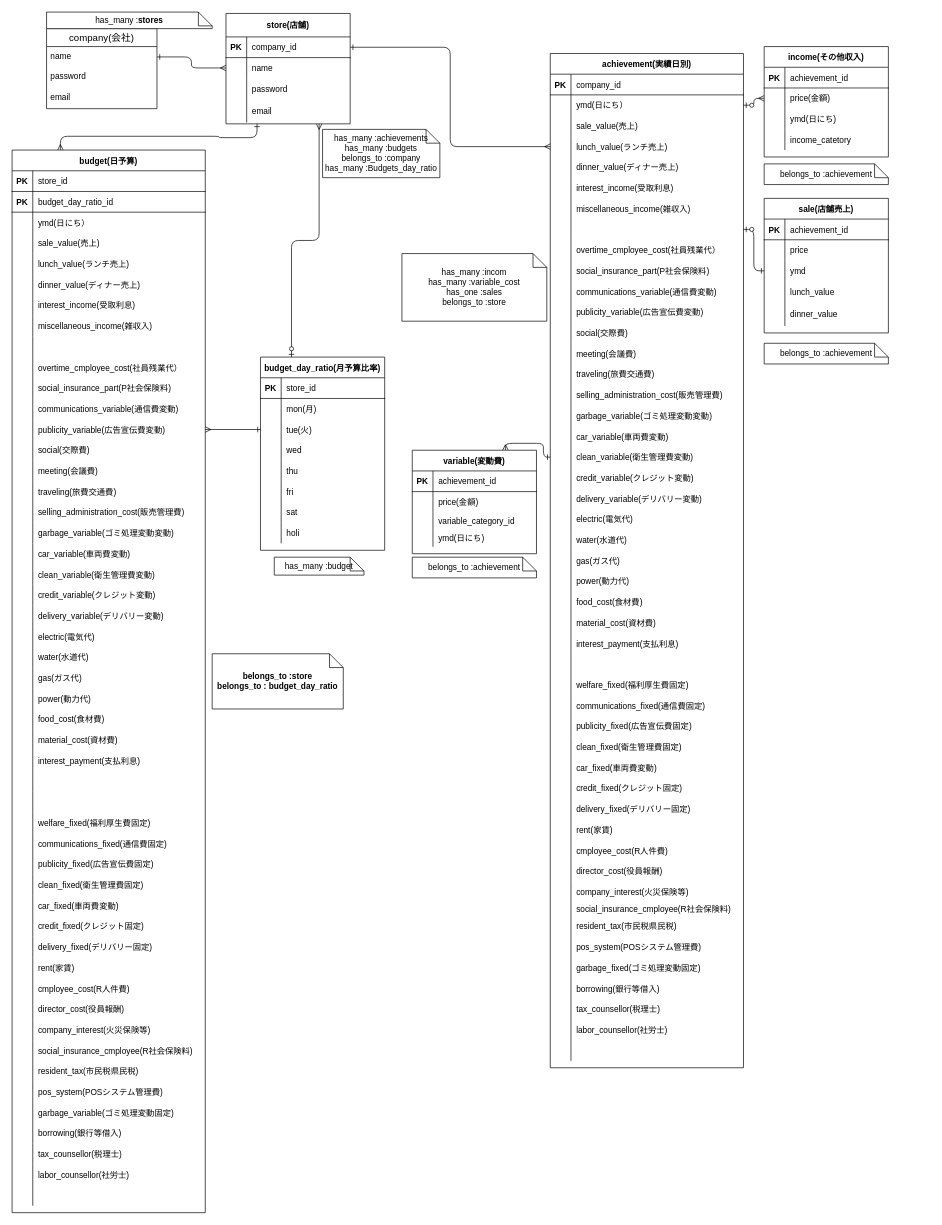
The draw.io diagram ER図.dio in yanagi0306/profit_loss, before the edit. Source tidied: cells renumbered, new cells numbered last; positions are measured from the earlier drawing's top-left corner, leaving out a move shared by most shapes. Both pictures are drawn from the tidied source at 69%, with x=0, y=0 at pixel (12, 12).
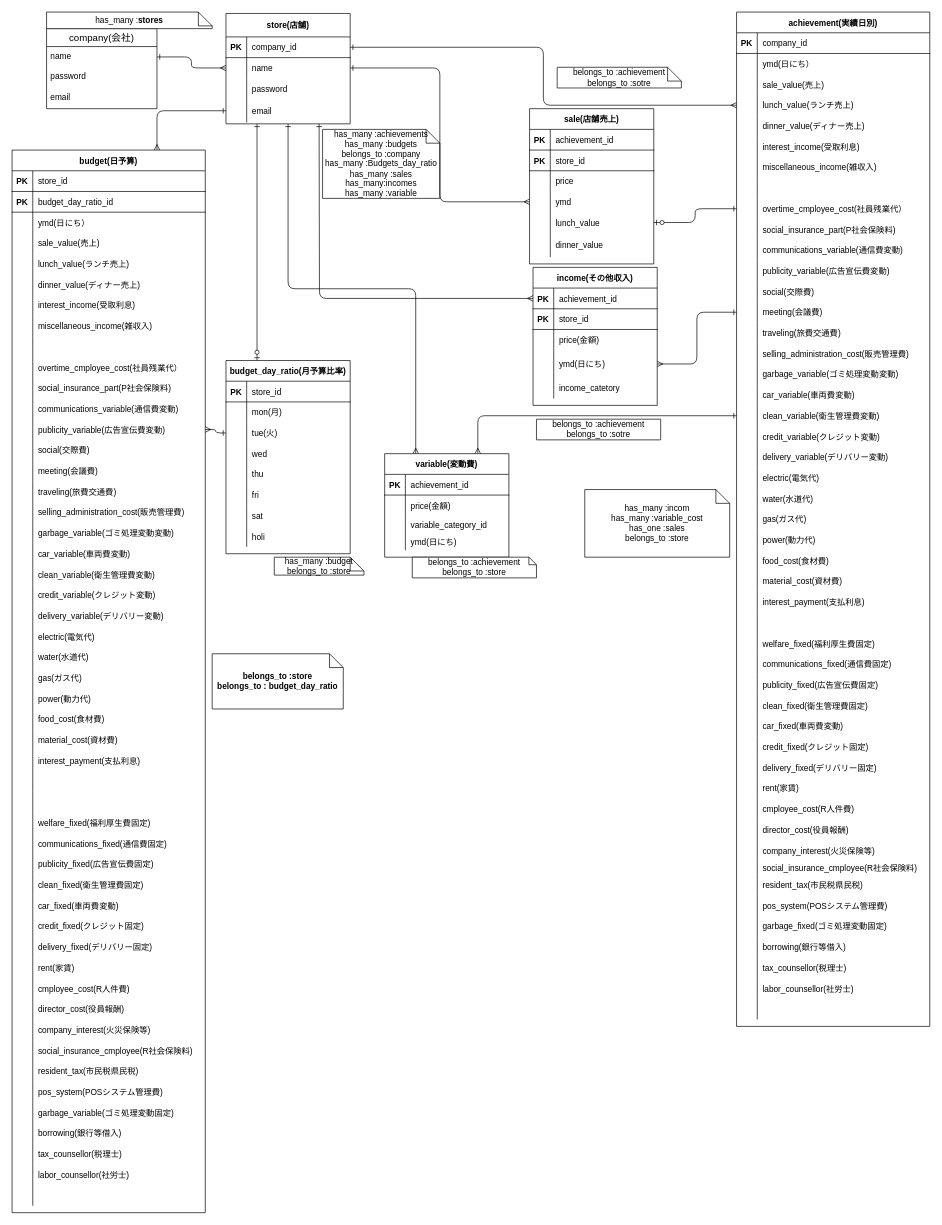
The same diagram, later.

The change refers to these unchanged cells:
```xml
<mxCell id="13" value="store(店舗)" style="shape=table;startSize=34;childLayout=tableLayout;rowLines=0;fontStyle=1;align=center;" parent="1" vertex="1">
  <mxGeometry x="310" y="2" width="180" height="160" as="geometry" />
</mxCell>
<mxCell id="17" style="shape=partialRectangle;fillColor=none;top=0;left=0;bottom=0;right=0;points=[[0,0.5],[1,0.5]];portConstraint=eastwest;" parent="13" vertex="1">
  <mxGeometry y="64" width="180" height="30" as="geometry" />
</mxCell>
<mxCell id="23" style="shape=partialRectangle;fillColor=none;top=0;left=0;bottom=0;right=0;points=[[0,0.5],[1,0.5]];portConstraint=eastwest;" parent="13" vertex="1">
  <mxGeometry y="124" width="180" height="34" as="geometry" />
</mxCell>
<mxCell id="30" value="budget(日予算)" style="shape=table;startSize=30;childLayout=tableLayout;rowLines=0;fontStyle=1;align=center;" parent="1" vertex="1">
  <mxGeometry y="200" width="280" height="1540" as="geometry" />
</mxCell>
<mxCell id="209" style="shape=partialRectangle;fillColor=none;top=0;left=0;bottom=1;right=0;points=[[0,0.5],[1,0.5]];portConstraint=eastwest;" parent="208" vertex="1">
  <mxGeometry y="30" width="180" height="30" as="geometry" />
</mxCell>
<mxCell id="256" style="shape=partialRectangle;fillColor=none;top=0;left=0;bottom=0;right=0;points=[[0,0.5],[1,0.5]];portConstraint=eastwest;" parent="252" vertex="1">
  <mxGeometry y="60" width="280" height="30" as="geometry" />
</mxCell>
<mxCell id="274" style="shape=partialRectangle;fillColor=none;top=0;left=0;bottom=0;right=0;points=[[0,0.5],[1,0.5]];portConstraint=eastwest;" parent="252" vertex="1">
  <mxGeometry y="240" width="280" height="30" as="geometry" />
</mxCell>
<mxCell id="277" style="shape=partialRectangle;fillColor=none;top=0;left=0;bottom=0;right=0;points=[[0,0.5],[1,0.5]];portConstraint=eastwest;" parent="252" vertex="1">
  <mxGeometry y="270" width="280" height="30" as="geometry" />
</mxCell>
<mxCell id="292" style="shape=partialRectangle;fillColor=none;top=0;left=0;bottom=0;right=0;points=[[0,0.5],[1,0.5]];portConstraint=eastwest;" parent="252" vertex="1">
  <mxGeometry y="420" width="280" height="30" as="geometry" />
</mxCell>
```

What changed in the source:
```diff
@@
     <mxCell id="8" value="has_many :incom&lt;br&gt;has_many :variable_cost&lt;br&gt;has_one :sales&lt;br&gt;belongs_to :store" style="shape=note;size=20;whiteSpace=wrap;html=1;rounded=0;sketch=0;" parent="1" vertex="1">
-      <mxGeometry x="565" y="350" width="210" height="98" as="geometry" />
+      <mxGeometry x="830" y="692" width="210" height="98" as="geometry" />
     </mxCell>
-    <mxCell id="9" value="belongs_to :achievement" style="shape=note;size=20;whiteSpace=wrap;html=1;rounded=0;sketch=0;" parent="1" vertex="1">
-      <mxGeometry x="1090" y="220" width="180" height="30" as="geometry" />
+    <mxCell id="9" value="belongs_to :achievement&lt;br&gt;belongs_to :sotre" style="shape=note;size=20;whiteSpace=wrap;html=1;rounded=0;sketch=0;" parent="1" vertex="1">
+      <mxGeometry x="790" y="80" width="180" height="30" as="geometry" />
     </mxCell>
@@
-    <mxCell id="11" value="belongs_to :achievement" style="shape=note;size=20;whiteSpace=wrap;html=1;rounded=0;sketch=0;" parent="1" vertex="1">
-      <mxGeometry x="1090" y="480" width="180" height="30" as="geometry" />
+    <mxCell id="11" value="belongs_to :achievement&lt;br&gt;belongs_to :sotre" style="shape=note;size=0;whiteSpace=wrap;html=1;rounded=0;sketch=0;" parent="1" vertex="1">
+      <mxGeometry x="760" y="590" width="180" height="30" as="geometry" />
     </mxCell>
@@
-    <mxCell id="27" style="edgeStyle=orthogonalEdgeStyle;rounded=1;jettySize=auto;html=1;startArrow=ERmany;startFill=0;endArrow=ERone;endFill=0;exitX=0.25;exitY=0;exitDx=0;exitDy=0;entryX=0.25;entryY=1;entryDx=0;entryDy=0;" parent="1" edge="1" source="30" target="13">
-      <mxGeometry relative="1" as="geometry" />
-    </mxCell>
-    <mxCell id="28" value="has_many :achievements&lt;br&gt;has_many :budgets&lt;br&gt;belongs_to :company&lt;br&gt;has_many :Budgets_day_ratio" style="shape=note;size=20;whiteSpace=wrap;html=1;" parent="1" vertex="1">
-      <mxGeometry x="450" y="170" width="170" height="70" as="geometry" />
+    <mxCell id="28" value="has_many :achievements&lt;br&gt;has_many :budgets&lt;br&gt;belongs_to :company&lt;br&gt;has_many :Budgets_day_ratio&lt;br&gt;has_many :sales&lt;br&gt;has_many:incomes&lt;br&gt;has_many :variable" style="shape=note;size=20;whiteSpace=wrap;html=1;" parent="1" vertex="1">
+      <mxGeometry x="450" y="170" width="170" height="100" as="geometry" />
     </mxCell>
@@
+    <mxCell id="399" style="edgeStyle=orthogonalEdgeStyle;html=1;exitX=0.75;exitY=0;exitDx=0;exitDy=0;entryX=0;entryY=0.5;entryDx=0;entryDy=0;endArrow=ERone;endFill=0;startArrow=ERmany;startFill=0;" parent="1" edge="1" source="30" target="23">
+      <mxGeometry relative="1" as="geometry" />
+    </mxCell>
@@
-    <mxCell id="181" value="has_many :budget" style="shape=note;size=20;whiteSpace=wrap;html=1;" parent="1" vertex="1">
+    <mxCell id="181" value="has_many :budget&lt;br&gt;belongs_to :store" style="shape=note;size=20;whiteSpace=wrap;html=1;" parent="1" vertex="1">
       <mxGeometry x="380" y="790" width="130" height="26" as="geometry" />
     </mxCell>
-    <mxCell id="182" style="edgeStyle=orthogonalEdgeStyle;html=1;exitX=0.25;exitY=0;exitDx=0;exitDy=0;startArrow=ERzeroToOne;startFill=1;endArrow=ERmany;endFill=0;entryX=0.75;entryY=1;entryDx=0;entryDy=0;" parent="1" edge="1" source="183" target="13">
+    <mxCell id="182" style="edgeStyle=orthogonalEdgeStyle;html=1;exitX=0.25;exitY=0;exitDx=0;exitDy=0;startArrow=ERzeroToOne;startFill=1;endArrow=ERone;endFill=0;entryX=0.25;entryY=1;entryDx=0;entryDy=0;" parent="1" edge="1" source="183" target="13">
       <mxGeometry relative="1" as="geometry" />
     </mxCell>
     <mxCell id="183" value="budget_day_ratio(月予算比率)" style="shape=table;startSize=30;childLayout=tableLayout;rowLines=0;fontStyle=1;align=center;" parent="1" vertex="1">
-      <mxGeometry x="360" y="500" width="180" height="280" as="geometry" />
+      <mxGeometry x="310" y="505" width="180" height="280" as="geometry" />
     </mxCell>
@@
     <mxCell id="208" value="income(その他収入)" style="shape=table;startSize=30;childLayout=tableLayout;rowLines=0;fontStyle=1;align=center;" parent="1" vertex="1">
-      <mxGeometry x="1090" y="50" width="180" height="160" as="geometry" />
+      <mxGeometry x="755" y="370" width="180" height="200" as="geometry" />
     </mxCell>
@@
+    <mxCell id="400" style="shape=partialRectangle;fillColor=none;top=0;left=0;bottom=1;right=0;" parent="208" vertex="1">
+      <mxGeometry y="60" width="180" height="30" as="geometry" />
+    </mxCell>
+    <mxCell id="401" value="PK" style="shape=partialRectangle;fillColor=none;top=0;left=0;bottom=0;right=0;fontStyle=1;overflow=hidden;" parent="400" vertex="1">
+      <mxGeometry width="30" height="30" as="geometry" />
+    </mxCell>
+    <mxCell id="402" value="store_id" style="shape=partialRectangle;fillColor=none;top=0;left=0;bottom=0;right=0;align=left;spacingLeft=6;fontStyle=0;overflow=hidden;" parent="400" vertex="1">
+      <mxGeometry x="30" width="150" height="30" as="geometry" />
+    </mxCell>
     <mxCell id="212" style="shape=partialRectangle;fillColor=none;top=0;left=0;bottom=0;right=0;points=[[0,0.5],[1,0.5]];portConstraint=eastwest;" parent="208" vertex="1">
-      <mxGeometry y="60" width="180" height="30" as="geometry" />
+      <mxGeometry y="90" width="180" height="30" as="geometry" />
     </mxCell>
@@
     <mxCell id="215" style="shape=partialRectangle;fillColor=none;top=0;left=0;bottom=0;right=0;points=[[0,0.5],[1,0.5]];portConstraint=eastwest;" parent="208" vertex="1">
-      <mxGeometry y="90" width="180" height="30" as="geometry" />
+      <mxGeometry y="120" width="180" height="40" as="geometry" />
     </mxCell>
     <mxCell id="216" style="shape=partialRectangle;fillColor=none;top=0;left=0;bottom=0;right=0;overflow=hidden;" parent="215" vertex="1">
-      <mxGeometry width="30" height="30" as="geometry" />
+      <mxGeometry width="30" height="40" as="geometry" />
     </mxCell>
     <mxCell id="217" value="ymd(日にち)" style="shape=partialRectangle;fillColor=none;top=0;left=0;bottom=0;right=0;align=left;spacingLeft=6;overflow=hidden;" parent="215" vertex="1">
-      <mxGeometry x="30" width="150" height="30" as="geometry" />
+      <mxGeometry x="30" width="150" height="40" as="geometry" />
     </mxCell>
     <mxCell id="218" style="shape=partialRectangle;fillColor=none;top=0;left=0;bottom=0;right=0;" parent="208" vertex="1">
-      <mxGeometry y="120" width="180" height="30" as="geometry" />
+      <mxGeometry y="160" width="180" height="30" as="geometry" />
     </mxCell>
@@
-    <mxCell id="221" style="edgeStyle=orthogonalEdgeStyle;html=1;exitX=0;exitY=0.5;exitDx=0;exitDy=0;startArrow=ERmany;startFill=0;endArrow=ERzeroToOne;endFill=1;entryX=1;entryY=0.5;entryDx=0;entryDy=0;" parent="1" edge="1" source="212" target="256">
+    <mxCell id="221" style="edgeStyle=orthogonalEdgeStyle;html=1;startArrow=ERone;startFill=0;endArrow=ERmany;endFill=0;entryX=1;entryY=0.5;entryDx=0;entryDy=0;exitX=0;exitY=0.5;exitDx=0;exitDy=0;" parent="1" edge="1" source="292" target="215">
       <mxGeometry relative="1" as="geometry" />
     </mxCell>
     <mxCell id="222" value="sale(店舗売上)" style="shape=table;startSize=30;childLayout=tableLayout;rowLines=0;fontStyle=1;align=center;" parent="1" vertex="1">
-      <mxGeometry x="1090" y="270" width="180" height="195" as="geometry" />
+      <mxGeometry x="750" y="140" width="180" height="225" as="geometry" />
     </mxCell>
@@
+    <mxCell id="403" style="shape=partialRectangle;fillColor=none;top=0;left=0;bottom=1;right=0;" parent="222" vertex="1">
+      <mxGeometry y="60" width="180" height="30" as="geometry" />
+    </mxCell>
+    <mxCell id="404" value="PK" style="shape=partialRectangle;fillColor=none;top=0;left=0;bottom=0;right=0;fontStyle=1;overflow=hidden;" parent="403" vertex="1">
+      <mxGeometry width="30" height="30" as="geometry" />
+    </mxCell>
+    <mxCell id="405" value="store_id" style="shape=partialRectangle;fillColor=none;top=0;left=0;bottom=0;right=0;align=left;spacingLeft=6;fontStyle=0;overflow=hidden;" parent="403" vertex="1">
+      <mxGeometry x="30" width="150" height="30" as="geometry" />
+    </mxCell>
     <mxCell id="226" style="shape=partialRectangle;fillColor=none;top=0;left=0;bottom=0;right=0;" parent="222" vertex="1">
-      <mxGeometry y="60" width="180" height="30" as="geometry" />
+      <mxGeometry y="90" width="180" height="30" as="geometry" />
     </mxCell>
@@
     <mxCell id="229" style="shape=partialRectangle;fillColor=none;top=0;left=0;bottom=0;right=0;points=[[0,0.5],[1,0.5]];portConstraint=eastwest;" parent="222" vertex="1">
-      <mxGeometry y="90" width="180" height="30" as="geometry" />
+      <mxGeometry y="120" width="180" height="30" as="geometry" />
     </mxCell>
@@
     <mxCell id="232" style="shape=partialRectangle;fillColor=none;top=0;left=0;bottom=0;right=0;points=[[0,0.5],[1,0.5]];portConstraint=eastwest;" parent="222" vertex="1">
-      <mxGeometry y="120" width="180" height="30" as="geometry" />
+      <mxGeometry y="150" width="180" height="30" as="geometry" />
     </mxCell>
@@
     <mxCell id="235" style="shape=partialRectangle;fillColor=none;top=0;left=0;bottom=0;right=0;" parent="222" vertex="1">
-      <mxGeometry y="150" width="180" height="35" as="geometry" />
+      <mxGeometry y="180" width="180" height="35" as="geometry" />
     </mxCell>
@@
-    <mxCell id="238" style="edgeStyle=orthogonalEdgeStyle;html=1;entryX=0;entryY=0.5;entryDx=0;entryDy=0;startArrow=ERzeroToOne;startFill=1;endArrow=ERone;endFill=0;exitX=1;exitY=0.5;exitDx=0;exitDy=0;" parent="1" edge="1" source="274" target="229">
+    <mxCell id="238" style="edgeStyle=orthogonalEdgeStyle;html=1;startArrow=ERzeroToOne;startFill=1;endArrow=ERone;endFill=0;exitX=1;exitY=0.5;exitDx=0;exitDy=0;entryX=0;entryY=0.5;entryDx=0;entryDy=0;" parent="1" edge="1" source="232" target="277">
       <mxGeometry relative="1" as="geometry" />
     </mxCell>
+    <mxCell id="406" style="edgeStyle=orthogonalEdgeStyle;html=1;exitX=0.25;exitY=0;exitDx=0;exitDy=0;entryX=0.5;entryY=1;entryDx=0;entryDy=0;startArrow=ERmany;startFill=0;endArrow=ERone;endFill=0;" parent="1" edge="1" source="239" target="13">
+      <mxGeometry relative="1" as="geometry" />
+    </mxCell>
     <mxCell id="239" value="variable(変動費)" style="shape=table;startSize=30;childLayout=tableLayout;rowLines=0;fontStyle=1;align=center;" parent="1" vertex="1">
-      <mxGeometry x="580" y="635" width="180" height="150" as="geometry" />
+      <mxGeometry x="540" y="640" width="180" height="150" as="geometry" />
     </mxCell>
@@
     <mxCell id="252" value="achievement(実績日別)" style="shape=table;startSize=30;childLayout=tableLayout;rowLines=0;fontStyle=1;align=center;" parent="1" vertex="1">
-      <mxGeometry x="780" y="60" width="280" height="1470" as="geometry" />
+      <mxGeometry x="1050" width="280" height="1470" as="geometry" />
     </mxCell>
@@
-    <mxCell id="398" value="belongs_to :achievement" style="shape=note;size=20;whiteSpace=wrap;html=1;rounded=0;sketch=0;" parent="1" vertex="1">
+    <mxCell id="398" value="belongs_to :achievement&lt;br&gt;belongs_to :store" style="shape=note;size=11;whiteSpace=wrap;html=1;rounded=0;sketch=0;" parent="1" vertex="1">
       <mxGeometry x="580" y="790" width="180" height="30" as="geometry" />
     </mxCell>
+    <mxCell id="407" style="edgeStyle=orthogonalEdgeStyle;html=1;exitX=1;exitY=0.5;exitDx=0;exitDy=0;entryX=0;entryY=0.5;entryDx=0;entryDy=0;endArrow=ERmany;endFill=0;startArrow=ERone;startFill=0;" parent="1" edge="1" source="17" target="229">
+      <mxGeometry relative="1" as="geometry" />
+    </mxCell>
+    <mxCell id="408" style="edgeStyle=orthogonalEdgeStyle;html=1;exitX=0;exitY=0.5;exitDx=0;exitDy=0;endArrow=ERone;endFill=0;startArrow=ERmany;startFill=0;" parent="1" edge="1" source="209">
+      <mxGeometry relative="1" as="geometry">
+        <mxPoint x="445" y="162" as="targetPoint" />
+      </mxGeometry>
+    </mxCell>
```
